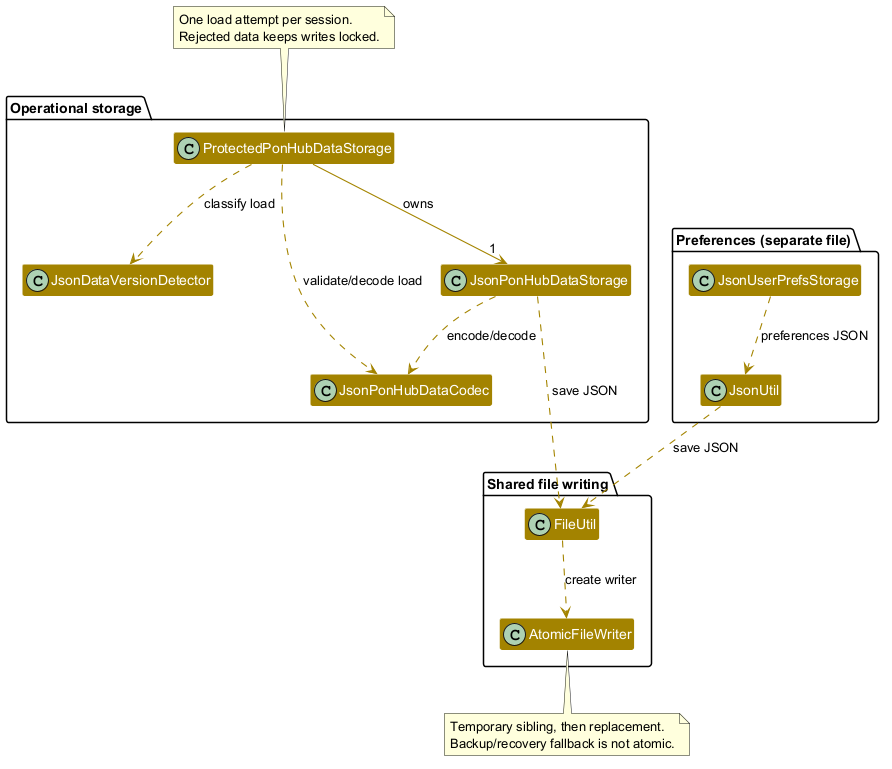
AY2627S1-CS2103T-F13-3/tp keeps this PlantUML diagram as docs/images/CanonicalStorageClassDiagram.png. Above is the earlier version. The source it was exported from:
```plantuml
@startuml
skinparam arrowThickness 1.1
skinparam arrowColor #A38300
skinparam classBackgroundColor #A38300
skinparam classFontColor #FFFFFF
skinparam classFontName Arial
skinparam classBorderColor #FFFFFF
skinparam packageBackgroundColor #FFFFFF
hide empty members
top to bottom direction

package "Operational storage" {
    class ProtectedPonHubDataStorage
    class JsonDataVersionDetector
    class JsonPonHubDataCodec
    class JsonPonHubDataStorage
}

package "Preferences (separate file)" {
    class JsonUserPrefsStorage
    class JsonUtil
}

package "Shared file writing" {
    class FileUtil
    class AtomicFileWriter
}

ProtectedPonHubDataStorage --> "1" JsonPonHubDataStorage : owns
ProtectedPonHubDataStorage ..> JsonDataVersionDetector : classify load
ProtectedPonHubDataStorage ..> JsonPonHubDataCodec : validate/decode load
JsonPonHubDataStorage ..> JsonPonHubDataCodec : encode/decode
JsonPonHubDataStorage ..> FileUtil : save JSON
JsonUserPrefsStorage ..> JsonUtil : preferences JSON
JsonUtil ..> FileUtil : save JSON
FileUtil ..> AtomicFileWriter : create writer
JsonPonHubDataCodec -[hidden]down-> FileUtil

note top of ProtectedPonHubDataStorage
  One load attempt per session.
  Rejected data keeps writes locked.
end note

note bottom of AtomicFileWriter
  Temporary sibling, then replacement.
  Backup/recovery fallback is not atomic.
end note
@enduml
```
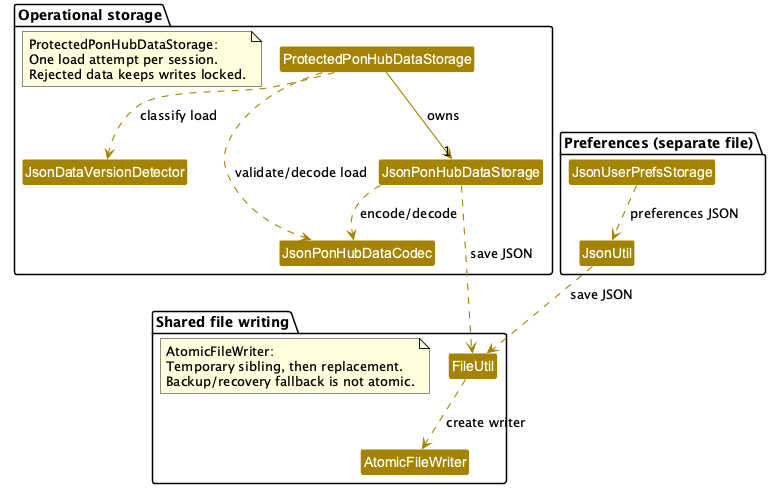
The same diagram one commit later.

Commit message:
Correct storage diagram class and note notation

What changed in the source:
```diff
@@ -1,4 +1,5 @@
 @startuml
+!pragma layout smetana
 skinparam arrowThickness 1.1
 skinparam arrowColor #A38300
 skinparam classBackgroundColor #A38300
@@ -7,6 +8,7 @@
 skinparam classBorderColor #FFFFFF
 skinparam packageBackgroundColor #FFFFFF
 hide empty members
+hide circle
 top to bottom direction
 
 package "Operational storage" {
@@ -14,6 +16,11 @@
     class JsonDataVersionDetector
     class JsonPonHubDataCodec
     class JsonPonHubDataStorage
+    note as LoadProtection
+      ProtectedPonHubDataStorage:
+      One load attempt per session.
+      Rejected data keeps writes locked.
+    end note
 }
 
 package "Preferences (separate file)" {
@@ -24,6 +31,11 @@
 package "Shared file writing" {
     class FileUtil
     class AtomicFileWriter
+    note as SaveFallback
+      AtomicFileWriter:
+      Temporary sibling, then replacement.
+      Backup/recovery fallback is not atomic.
+    end note
 }
 
 ProtectedPonHubDataStorage --> "1" JsonPonHubDataStorage : owns
@@ -36,13 +48,4 @@
 FileUtil ..> AtomicFileWriter : create writer
 JsonPonHubDataCodec -[hidden]down-> FileUtil
 
-note top of ProtectedPonHubDataStorage
-  One load attempt per session.
-  Rejected data keeps writes locked.
-end note
-
-note bottom of AtomicFileWriter
-  Temporary sibling, then replacement.
-  Backup/recovery fallback is not atomic.
-end note
 @enduml
```
